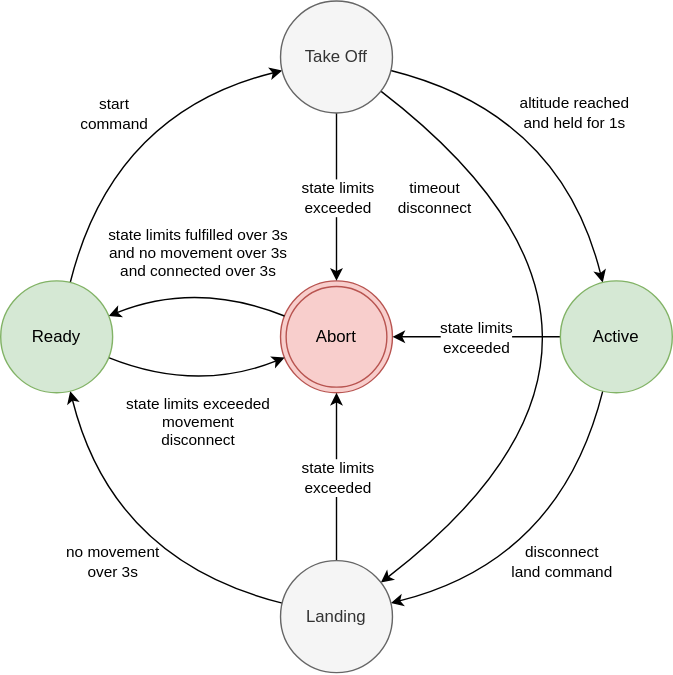
This is docs/state_machine.drawio.svg from Eryk-Mozdzen/uav-tvc-goose, a draw.io export, as it was before one commit. Source tidied: cells renumbered, new cells last; positions are measured from the earlier drawing's top-left corner, leaving out a move shared by most shapes.
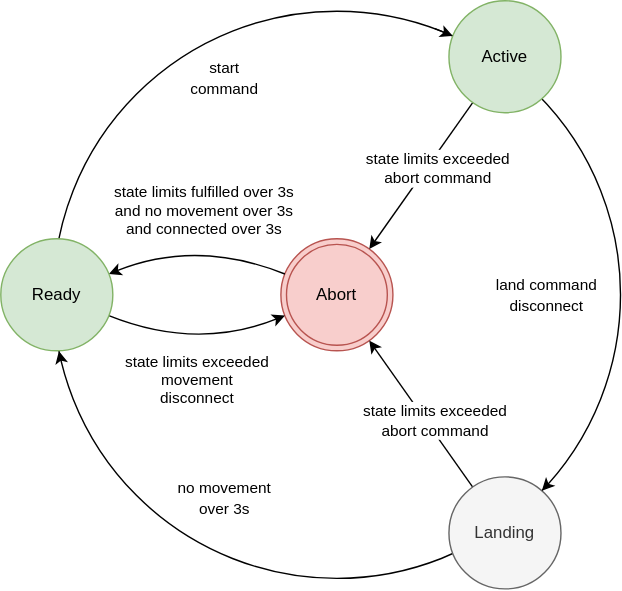
After the change.

Commit message:
remove automatic take off and add abort cmd

What changed in the source:
```diff
@@ -2,6 +2,9 @@
   <root>
     <mxCell id="0" />
     <mxCell id="1" parent="0" />
+    <mxCell id="27" style="ellipse;whiteSpace=wrap;html=1;fillColor=none;" parent="1" vertex="1">
+      <mxGeometry x="37.5" y="37.5" width="405" height="405" as="geometry" />
+    </mxCell>
     <mxCell id="2" value="Abort" style="ellipse;shape=doubleEllipse;whiteSpace=wrap;html=1;labelBackgroundColor=none;fillStyle=auto;fillColor=#f8cecc;strokeColor=#b85450;" parent="1" vertex="1">
       <mxGeometry x="200" y="200" width="80" height="80" as="geometry" />
     </mxCell>
@@ -14,7 +17,7 @@
     </mxCell>
     <mxCell id="4" value="state limits fulfilled&amp;nbsp;over 3s&lt;br style=&quot;border-color: var(--border-color);&quot;&gt;and no movement over 3s&lt;br style=&quot;border-color: var(--border-color);&quot;&gt;and connected over 3s" style="edgeLabel;html=1;align=center;verticalAlign=middle;" parent="3" vertex="1">
       <mxGeometry x="0.26" y="-1" relative="1" as="geometry">
-        <mxPoint x="17" y="-26" as="offset" />
+        <mxPoint x="22" y="-26" as="offset" />
       </mxGeometry>
     </mxCell>
     <mxCell id="5" style="endArrow=classic;html=1;curved=1;" parent="1" edge="1" source="15" target="2">
@@ -29,101 +32,54 @@
         <mxPoint x="7" y="22" as="offset" />
       </mxGeometry>
     </mxCell>
-    <mxCell id="7" style="endArrow=classic;html=1;curved=1;" parent="1" edge="1" source="15" target="23">
-      <mxGeometry relative="1" as="geometry">
-        <Array as="points">
-          <mxPoint x="80" y="80" />
-        </Array>
-      </mxGeometry>
-    </mxCell>
-    <mxCell id="8" value="start&lt;br&gt;command" style="edgeLabel;html=1;align=center;verticalAlign=middle;labelBackgroundColor=none;" parent="7" vertex="1">
-      <mxGeometry x="-0.24" y="-4" relative="1" as="geometry">
-        <mxPoint x="4" y="-30" as="offset" />
-      </mxGeometry>
-    </mxCell>
-    <mxCell id="9" style="endArrow=classic;html=1;curved=1;" parent="1" edge="1" source="26" target="15">
-      <mxGeometry relative="1" as="geometry">
-        <Array as="points">
-          <mxPoint x="80" y="400" />
-        </Array>
-      </mxGeometry>
-    </mxCell>
-    <mxCell id="10" value="no movement&lt;br style=&quot;border-color: var(--border-color);&quot;&gt;over 3s" style="edgeLabel;html=1;align=center;verticalAlign=middle;labelBackgroundColor=none;" parent="9" vertex="1">
-      <mxGeometry x="0.05" relative="1" as="geometry">
-        <mxPoint x="1" y="6" as="offset" />
-      </mxGeometry>
-    </mxCell>
-    <mxCell id="11" style="endArrow=classic;html=1;curved=1;" parent="1" edge="1" source="23" target="18">
-      <mxGeometry relative="1" as="geometry">
-        <Array as="points">
-          <mxPoint x="400" y="80" />
-        </Array>
-      </mxGeometry>
-    </mxCell>
-    <mxCell id="12" value="altitude&amp;nbsp;&lt;span style=&quot;border-color: var(--border-color);&quot; lang=&quot;en&quot; class=&quot;HwtZe&quot;&gt;reached&lt;br style=&quot;border-color: var(--border-color);&quot;&gt;and held for 1s&lt;/span&gt;" style="edgeLabel;html=1;align=center;verticalAlign=middle;labelBackgroundColor=none;" parent="11" vertex="1">
-      <mxGeometry x="-0.14" y="6" relative="1" as="geometry">
-        <mxPoint x="25" y="10" as="offset" />
-      </mxGeometry>
-    </mxCell>
-    <mxCell id="13" style="endArrow=classic;html=1;curved=1;" parent="1" edge="1" source="18" target="26">
-      <mxGeometry relative="1" as="geometry">
-        <Array as="points">
-          <mxPoint x="400" y="400" />
-        </Array>
-      </mxGeometry>
-    </mxCell>
-    <mxCell id="14" value="disconnect&lt;br&gt;land command" style="edgeLabel;html=1;align=center;verticalAlign=middle;labelBackgroundColor=none;" parent="13" vertex="1">
-      <mxGeometry x="-0.21" y="10" relative="1" as="geometry">
-        <mxPoint x="-16" y="23" as="offset" />
-      </mxGeometry>
-    </mxCell>
     <mxCell id="15" value="Ready" style="ellipse;whiteSpace=wrap;html=1;labelBackgroundColor=none;fillStyle=auto;fillColor=#d5e8d4;strokeColor=#82b366;" parent="1" vertex="1">
       <mxGeometry y="200" width="80" height="80" as="geometry" />
     </mxCell>
     <mxCell id="16" style="edgeStyle=none;curved=1;html=1;fontColor=#FFFFFF;" parent="1" edge="1" source="18" target="2">
       <mxGeometry relative="1" as="geometry" />
     </mxCell>
-    <mxCell id="17" value="state limits&lt;br style=&quot;border-color: var(--border-color);&quot;&gt;exceeded" style="edgeLabel;html=1;align=center;verticalAlign=middle;fontColor=#000000;" parent="16" vertex="1">
+    <mxCell id="17" value="state limits exceeded&lt;br&gt;abort command" style="edgeLabel;html=1;align=center;verticalAlign=middle;fontColor=#000000;" parent="16" vertex="1">
       <mxGeometry x="0.13" y="-2" relative="1" as="geometry">
-        <mxPoint x="8" y="2" as="offset" />
+        <mxPoint x="18" y="-11" as="offset" />
       </mxGeometry>
     </mxCell>
     <mxCell id="18" value="Active" style="ellipse;whiteSpace=wrap;html=1;labelBackgroundColor=none;fillStyle=auto;fillColor=#d5e8d4;strokeColor=#82b366;" parent="1" vertex="1">
-      <mxGeometry x="400" y="200" width="80" height="80" as="geometry" />
+      <mxGeometry x="320" y="30" width="80" height="80" as="geometry" />
     </mxCell>
-    <mxCell id="19" style="edgeStyle=none;curved=1;html=1;fontColor=#FFFFFF;" parent="1" edge="1" source="23" target="2">
-      <mxGeometry relative="1" as="geometry" />
-    </mxCell>
-    <mxCell id="20" value="state limits&lt;br&gt;exceeded" style="edgeLabel;html=1;align=center;verticalAlign=middle;fontColor=#000000;" parent="19" vertex="1">
-      <mxGeometry x="-0.19" y="-2" relative="1" as="geometry">
-        <mxPoint x="2" y="12" as="offset" />
-      </mxGeometry>
-    </mxCell>
-    <mxCell id="21" style="edgeStyle=none;curved=1;html=1;fontColor=#000000;" parent="1" edge="1" source="23" target="26">
-      <mxGeometry relative="1" as="geometry">
-        <Array as="points">
-          <mxPoint x="500" y="240" />
-        </Array>
-      </mxGeometry>
-    </mxCell>
-    <mxCell id="22" value="timeout&lt;br&gt;disconnect" style="edgeLabel;html=1;align=center;verticalAlign=middle;fontColor=#000000;" parent="21" vertex="1">
-      <mxGeometry x="0.07" y="-2" relative="1" as="geometry">
-        <mxPoint x="-174" y="-110" as="offset" />
-      </mxGeometry>
-    </mxCell>
-    <mxCell id="23" value="Take Off" style="ellipse;whiteSpace=wrap;html=1;labelBackgroundColor=none;fillStyle=auto;fillColor=#f5f5f5;strokeColor=#666666;fontColor=#333333;" parent="1" vertex="1">
-      <mxGeometry x="200" width="80" height="80" as="geometry" />
-    </mxCell>
     <mxCell id="24" style="edgeStyle=none;curved=1;html=1;fontColor=#FFFFFF;" parent="1" edge="1" source="26" target="2">
       <mxGeometry relative="1" as="geometry" />
     </mxCell>
-    <mxCell id="25" value="state limits&lt;br style=&quot;border-color: var(--border-color);&quot;&gt;exceeded" style="edgeLabel;html=1;align=center;verticalAlign=middle;fontColor=#000000;" parent="24" vertex="1">
+    <mxCell id="25" value="state limits exceeded&lt;br&gt;abort command" style="edgeLabel;html=1;align=center;verticalAlign=middle;fontColor=#000000;" parent="24" vertex="1">
       <mxGeometry x="0.31" y="1" relative="1" as="geometry">
-        <mxPoint x="1" y="19" as="offset" />
+        <mxPoint x="22" y="21" as="offset" />
       </mxGeometry>
     </mxCell>
     <mxCell id="26" value="Landing" style="ellipse;whiteSpace=wrap;html=1;labelBackgroundColor=none;fillStyle=auto;fillColor=#f5f5f5;strokeColor=#666666;fontColor=#333333;" parent="1" vertex="1">
-      <mxGeometry x="200" y="400" width="80" height="80" as="geometry" />
+      <mxGeometry x="320" y="370" width="80" height="80" as="geometry" />
     </mxCell>
+    <mxCell id="8" value="&lt;span style=&quot;font-size: 11px;&quot;&gt;start&lt;/span&gt;&lt;br style=&quot;border-color: var(--border-color); font-size: 11px;&quot;&gt;&lt;span style=&quot;font-size: 11px;&quot;&gt;command&lt;/span&gt;" style="text;html=1;strokeColor=none;fillColor=none;align=center;verticalAlign=middle;whiteSpace=wrap;rounded=0;" parent="1" vertex="1">
+      <mxGeometry x="130" y="70" width="60" height="30" as="geometry" />
+    </mxCell>
+    <mxCell id="28" style="endArrow=classic;html=1;curved=1;entryX=0.035;entryY=0.315;entryDx=0;entryDy=0;entryPerimeter=0;" parent="1" edge="1" target="18">
+      <mxGeometry relative="1" as="geometry">
+        <mxPoint x="310" y="50" as="sourcePoint" />
+      </mxGeometry>
+    </mxCell>
+    <mxCell id="29" value="&lt;span style=&quot;font-size: 11px;&quot;&gt;land command&lt;br&gt;&lt;/span&gt;&lt;span style=&quot;font-size: 11px;&quot;&gt;disconnect&lt;/span&gt;&lt;span style=&quot;font-size: 11px;&quot;&gt;&lt;br&gt;&lt;/span&gt;" style="text;html=1;strokeColor=none;fillColor=none;align=center;verticalAlign=middle;whiteSpace=wrap;rounded=0;" parent="1" vertex="1">
+      <mxGeometry x="350" y="225" width="80" height="30" as="geometry" />
+    </mxCell>
+    <mxCell id="30" style="endArrow=classic;html=1;curved=1;entryX=0.829;entryY=0.124;entryDx=0;entryDy=0;entryPerimeter=0;" parent="1" edge="1" target="26">
+      <mxGeometry relative="1" as="geometry">
+        <mxPoint x="391" y="375" as="sourcePoint" />
+      </mxGeometry>
+    </mxCell>
+    <mxCell id="10" value="&lt;span style=&quot;font-size: 11px;&quot;&gt;no movement&lt;/span&gt;&lt;br style=&quot;border-color: var(--border-color); font-size: 11px;&quot;&gt;&lt;span style=&quot;font-size: 11px;&quot;&gt;over 3s&lt;/span&gt;" style="text;html=1;strokeColor=none;fillColor=none;align=center;verticalAlign=middle;whiteSpace=wrap;rounded=0;" parent="1" vertex="1">
+      <mxGeometry x="125" y="370" width="70" height="30" as="geometry" />
+    </mxCell>
+    <mxCell id="31" style="endArrow=classic;html=1;curved=1;entryX=0.519;entryY=1.002;entryDx=0;entryDy=0;entryPerimeter=0;" parent="1" edge="1" target="15">
+      <mxGeometry relative="1" as="geometry">
+        <mxPoint x="43" y="287" as="sourcePoint" />
+      </mxGeometry>
+    </mxCell>
   </root>
 </mxGraphModel>
```
